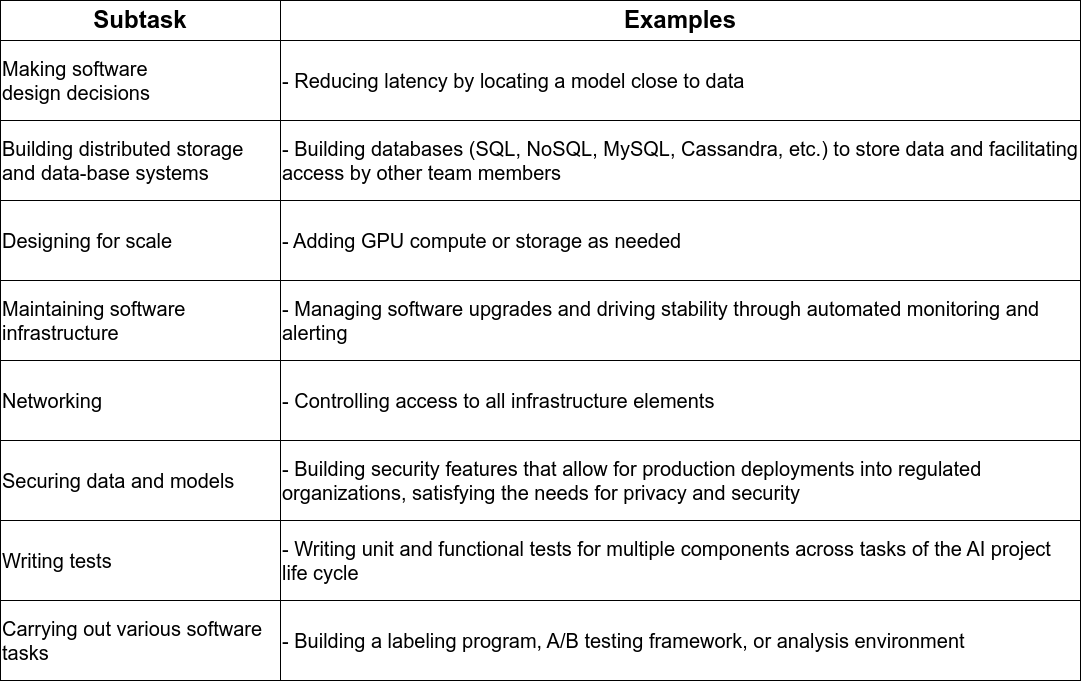
This is diagrams/tasks_ai_infrastructure.drawio.png from ryndovaira-org/data_science_lectures, a draw.io export, as it was before one commit. Source tidied: cells renumbered, new cells last; positions are measured from the earlier drawing's top-left corner, leaving out a move shared by most shapes.
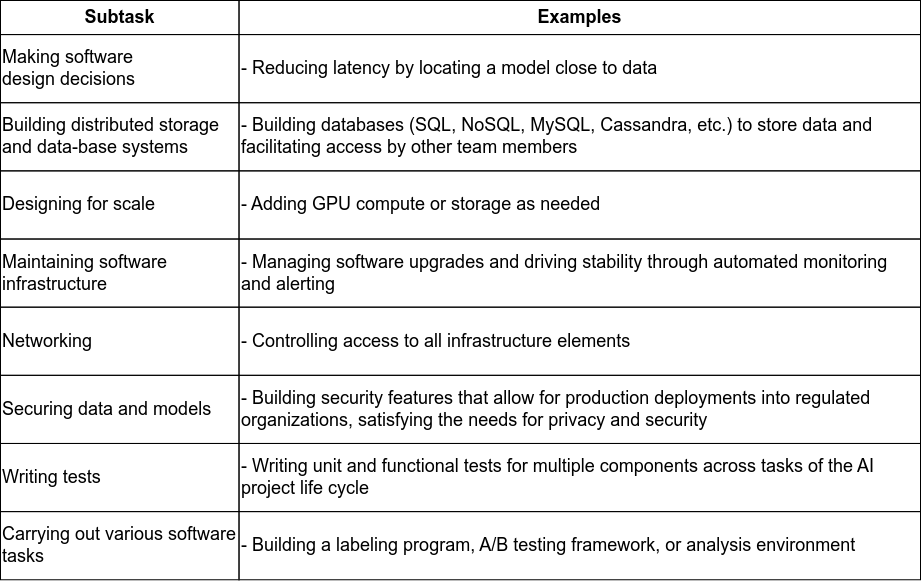
Later version of the same file.

The edit, as a diff of the source:
```diff
@@ -2,59 +2,62 @@
   <root>
     <mxCell id="0" />
     <mxCell id="1" parent="0" />
+    <mxCell id="20" style="group;fontSize=18;" parent="1" vertex="1">
+      <mxGeometry width="920" height="579.3" as="geometry" />
+    </mxCell>
-    <mxCell id="2" value="&lt;font style=&quot;font-size: 24px;&quot;&gt;Subtask&lt;/font&gt;" style="rounded=0;whiteSpace=wrap;html=1;fillColor=none;fontSize=24;fontStyle=1;" parent="1" vertex="1">
-      <mxGeometry width="280" height="40" as="geometry" />
+    <mxCell id="2" value="&lt;font style=&quot;font-size: 18px;&quot;&gt;Subtask&lt;/font&gt;" style="rounded=0;whiteSpace=wrap;html=1;fillColor=none;fontSize=18;fontStyle=1;" parent="20" vertex="1">
+      <mxGeometry width="238.5" height="34.1" as="geometry" />
     </mxCell>
-    <mxCell id="3" value="&lt;font style=&quot;font-size: 24px;&quot;&gt;Examples&lt;/font&gt;" style="rounded=0;whiteSpace=wrap;html=1;fillColor=none;fontSize=24;fontStyle=1;" parent="1" vertex="1">
-      <mxGeometry x="280" width="800" height="40" as="geometry" />
+    <mxCell id="3" value="&lt;font style=&quot;font-size: 18px;&quot;&gt;Examples&lt;/font&gt;" style="rounded=0;whiteSpace=wrap;html=1;fillColor=none;fontSize=18;fontStyle=1;" parent="20" vertex="1">
+      <mxGeometry x="238.5" width="681.5" height="34.1" as="geometry" />
     </mxCell>
-    <mxCell id="4" value="&lt;div style=&quot;font-size: 20px;&quot;&gt;&lt;font style=&quot;font-size: 20px;&quot;&gt;Making software design&amp;nbsp;&lt;span style=&quot;background-color: initial; font-size: 20px;&quot;&gt;decisions&lt;/span&gt;&lt;/font&gt;&lt;/div&gt;" style="rounded=0;whiteSpace=wrap;html=1;align=left;fontSize=20;fillColor=none;" parent="1" vertex="1">
-      <mxGeometry y="40" width="280" height="80" as="geometry" />
+    <mxCell id="4" value="&lt;div style=&quot;font-size: 18px;&quot;&gt;&lt;font style=&quot;font-size: 18px;&quot;&gt;Making software design&amp;nbsp;&lt;span style=&quot;background-color: initial; font-size: 18px;&quot;&gt;decisions&lt;/span&gt;&lt;/font&gt;&lt;/div&gt;" style="rounded=0;whiteSpace=wrap;html=1;align=left;fontSize=18;fillColor=none;" parent="20" vertex="1">
+      <mxGeometry y="34.1" width="238.5" height="68.1" as="geometry" />
     </mxCell>
-    <mxCell id="5" value="&lt;font style=&quot;font-size: 20px;&quot;&gt;- Reducing latency by locating a model close to data&lt;/font&gt;" style="rounded=0;whiteSpace=wrap;html=1;align=left;fontSize=20;fillColor=none;" parent="1" vertex="1">
-      <mxGeometry x="280" y="40" width="800" height="80" as="geometry" />
+    <mxCell id="5" value="&lt;font style=&quot;font-size: 18px;&quot;&gt;- Reducing latency by locating a model close to data&lt;/font&gt;" style="rounded=0;whiteSpace=wrap;html=1;align=left;fontSize=18;fillColor=none;" parent="20" vertex="1">
+      <mxGeometry x="238.5" y="34.1" width="681.5" height="68.1" as="geometry" />
     </mxCell>
-    <mxCell id="6" value="&lt;div style=&quot;font-size: 20px;&quot;&gt;&lt;font style=&quot;font-size: 20px;&quot;&gt;Building&amp;nbsp;&lt;span style=&quot;font-size: 20px;&quot;&gt;distributed storage and data-&lt;/span&gt;&lt;span style=&quot;font-size: 20px;&quot;&gt;base systems&lt;/span&gt;&lt;/font&gt;&lt;/div&gt;" style="rounded=0;html=1;fontSize=20;align=left;labelBackgroundColor=none;fillColor=none;whiteSpace=wrap;" parent="1" vertex="1">
-      <mxGeometry y="120" width="280" height="80" as="geometry" />
+    <mxCell id="6" value="&lt;div style=&quot;font-size: 18px;&quot;&gt;&lt;font style=&quot;font-size: 18px;&quot;&gt;Building&amp;nbsp;&lt;span style=&quot;font-size: 18px;&quot;&gt;distributed storage and data-&lt;/span&gt;&lt;span style=&quot;font-size: 18px;&quot;&gt;base systems&lt;/span&gt;&lt;/font&gt;&lt;/div&gt;" style="rounded=0;html=1;fontSize=18;align=left;labelBackgroundColor=none;fillColor=none;whiteSpace=wrap;" parent="20" vertex="1">
+      <mxGeometry y="102.2" width="238.5" height="68.1" as="geometry" />
     </mxCell>
-    <mxCell id="7" value="-&amp;nbsp;&lt;span style=&quot;background-color: initial;&quot;&gt;Building databases (SQL, NoSQL, MySQL, Cassandra, etc.) to store data&amp;nbsp;&lt;/span&gt;&lt;span style=&quot;background-color: initial;&quot;&gt;and facilitating access by other team members&lt;/span&gt;" style="rounded=0;html=1;fontSize=20;align=left;labelBackgroundColor=none;fillColor=none;whiteSpace=wrap;" parent="1" vertex="1">
-      <mxGeometry x="280" y="120" width="800" height="80" as="geometry" />
+    <mxCell id="7" value="-&amp;nbsp;&lt;span style=&quot;background-color: initial; font-size: 18px;&quot;&gt;Building databases (SQL, NoSQL, MySQL, Cassandra, etc.) to store data&amp;nbsp;&lt;/span&gt;&lt;span style=&quot;background-color: initial; font-size: 18px;&quot;&gt;and facilitating access by other team members&lt;/span&gt;" style="rounded=0;html=1;fontSize=18;align=left;labelBackgroundColor=none;fillColor=none;whiteSpace=wrap;" parent="20" vertex="1">
+      <mxGeometry x="238.5" y="102.2" width="681.5" height="68.1" as="geometry" />
     </mxCell>
-    <mxCell id="8" value="Designing for scale" style="rounded=0;html=1;fontSize=20;align=left;labelBackgroundColor=none;fillColor=none;whiteSpace=wrap;" parent="1" vertex="1">
-      <mxGeometry y="200" width="280" height="80" as="geometry" />
+    <mxCell id="8" value="Designing for scale" style="rounded=0;html=1;fontSize=18;align=left;labelBackgroundColor=none;fillColor=none;whiteSpace=wrap;" parent="20" vertex="1">
+      <mxGeometry y="170.4" width="238.5" height="68.1" as="geometry" />
     </mxCell>
-    <mxCell id="9" value="- Adding GPU compute or storage as needed" style="rounded=0;html=1;fontSize=20;align=left;labelBackgroundColor=none;fillColor=none;whiteSpace=wrap;" parent="1" vertex="1">
-      <mxGeometry x="280" y="200" width="800" height="80" as="geometry" />
+    <mxCell id="9" value="- Adding GPU compute or storage as needed" style="rounded=0;html=1;fontSize=18;align=left;labelBackgroundColor=none;fillColor=none;whiteSpace=wrap;" parent="20" vertex="1">
+      <mxGeometry x="238.5" y="170.4" width="681.5" height="68.1" as="geometry" />
     </mxCell>
-    <mxCell id="10" value="Maintaining software infrastructure" style="rounded=0;html=1;fontSize=20;align=left;labelBackgroundColor=none;fillColor=none;whiteSpace=wrap;" parent="1" vertex="1">
-      <mxGeometry y="280" width="280" height="80" as="geometry" />
+    <mxCell id="10" value="Maintaining software infrastructure" style="rounded=0;html=1;fontSize=18;align=left;labelBackgroundColor=none;fillColor=none;whiteSpace=wrap;" parent="20" vertex="1">
+      <mxGeometry y="238.5" width="238.5" height="68.1" as="geometry" />
     </mxCell>
-    <mxCell id="11" value="-&amp;nbsp;&lt;span style=&quot;background-color: initial;&quot;&gt;Managing software upgrades and driving stability through automated&amp;nbsp;&lt;/span&gt;&lt;span style=&quot;background-color: initial;&quot;&gt;monitoring and alerting&lt;/span&gt;" style="rounded=0;html=1;fontSize=20;align=left;labelBackgroundColor=none;fillColor=none;whiteSpace=wrap;" parent="1" vertex="1">
-      <mxGeometry x="280" y="280" width="800" height="80" as="geometry" />
+    <mxCell id="11" value="-&amp;nbsp;&lt;span style=&quot;background-color: initial; font-size: 18px;&quot;&gt;Managing software upgrades and driving stability through automated&amp;nbsp;&lt;/span&gt;&lt;span style=&quot;background-color: initial; font-size: 18px;&quot;&gt;monitoring and alerting&lt;/span&gt;" style="rounded=0;html=1;fontSize=18;align=left;labelBackgroundColor=none;fillColor=none;whiteSpace=wrap;" parent="20" vertex="1">
+      <mxGeometry x="238.5" y="238.5" width="681.5" height="68.1" as="geometry" />
     </mxCell>
-    <mxCell id="12" value="Networking" style="rounded=0;html=1;fontSize=20;align=left;labelBackgroundColor=none;fillColor=none;whiteSpace=wrap;" parent="1" vertex="1">
-      <mxGeometry y="360" width="280" height="80" as="geometry" />
+    <mxCell id="12" value="Networking" style="rounded=0;html=1;fontSize=18;align=left;labelBackgroundColor=none;fillColor=none;whiteSpace=wrap;" parent="20" vertex="1">
+      <mxGeometry y="306.7" width="238.5" height="68.1" as="geometry" />
     </mxCell>
-    <mxCell id="13" value="- Controlling access to all infrastructure elements" style="rounded=0;html=1;fontSize=20;align=left;labelBackgroundColor=none;fillColor=none;whiteSpace=wrap;" parent="1" vertex="1">
-      <mxGeometry x="280" y="360" width="800" height="80" as="geometry" />
+    <mxCell id="13" value="- Controlling access to all infrastructure elements" style="rounded=0;html=1;fontSize=18;align=left;labelBackgroundColor=none;fillColor=none;whiteSpace=wrap;" parent="20" vertex="1">
+      <mxGeometry x="238.5" y="306.7" width="681.5" height="68.1" as="geometry" />
     </mxCell>
-    <mxCell id="14" value="Securing data and models" style="rounded=0;html=1;fontSize=20;align=left;labelBackgroundColor=none;fillColor=none;whiteSpace=wrap;" parent="1" vertex="1">
-      <mxGeometry y="440" width="280" height="80" as="geometry" />
+    <mxCell id="14" value="Securing data and models" style="rounded=0;html=1;fontSize=18;align=left;labelBackgroundColor=none;fillColor=none;whiteSpace=wrap;" parent="20" vertex="1">
+      <mxGeometry y="374.8" width="238.5" height="68.1" as="geometry" />
     </mxCell>
-    <mxCell id="15" value="-&amp;nbsp;&lt;span style=&quot;background-color: initial;&quot;&gt;Building security features that allow for production deployments into&amp;nbsp;&lt;/span&gt;&lt;span style=&quot;background-color: initial;&quot;&gt;regulated organizations, satisfying the needs for privacy and security&lt;/span&gt;" style="rounded=0;html=1;fontSize=20;align=left;labelBackgroundColor=none;fillColor=none;whiteSpace=wrap;" parent="1" vertex="1">
-      <mxGeometry x="280" y="440" width="800" height="80" as="geometry" />
+    <mxCell id="15" value="-&amp;nbsp;&lt;span style=&quot;background-color: initial; font-size: 18px;&quot;&gt;Building security features that allow for production deployments into&amp;nbsp;&lt;/span&gt;&lt;span style=&quot;background-color: initial; font-size: 18px;&quot;&gt;regulated organizations, satisfying the needs for privacy and security&lt;/span&gt;" style="rounded=0;html=1;fontSize=18;align=left;labelBackgroundColor=none;fillColor=none;whiteSpace=wrap;" parent="20" vertex="1">
+      <mxGeometry x="238.5" y="374.8" width="681.5" height="68.1" as="geometry" />
     </mxCell>
-    <mxCell id="16" value="Writing tests" style="rounded=0;html=1;fontSize=20;align=left;labelBackgroundColor=none;fillColor=none;whiteSpace=wrap;" parent="1" vertex="1">
-      <mxGeometry y="520" width="280" height="80" as="geometry" />
+    <mxCell id="16" value="Writing tests" style="rounded=0;html=1;fontSize=18;align=left;labelBackgroundColor=none;fillColor=none;whiteSpace=wrap;" parent="20" vertex="1">
+      <mxGeometry y="443" width="238.5" height="68.1" as="geometry" />
     </mxCell>
-    <mxCell id="17" value="-&amp;nbsp;&lt;span style=&quot;background-color: initial;&quot;&gt;Writing unit and functional tests for multiple components across tasks&amp;nbsp;&lt;/span&gt;&lt;span style=&quot;background-color: initial;&quot;&gt;of the AI project life cycle&lt;/span&gt;" style="rounded=0;html=1;fontSize=20;align=left;labelBackgroundColor=none;fillColor=none;whiteSpace=wrap;" parent="1" vertex="1">
-      <mxGeometry x="280" y="520" width="800" height="80" as="geometry" />
+    <mxCell id="17" value="-&amp;nbsp;&lt;span style=&quot;background-color: initial; font-size: 18px;&quot;&gt;Writing unit and functional tests for multiple components across tasks&amp;nbsp;&lt;/span&gt;&lt;span style=&quot;background-color: initial; font-size: 18px;&quot;&gt;of the AI project life cycle&lt;/span&gt;" style="rounded=0;html=1;fontSize=18;align=left;labelBackgroundColor=none;fillColor=none;whiteSpace=wrap;" parent="20" vertex="1">
+      <mxGeometry x="238.5" y="443" width="681.5" height="68.1" as="geometry" />
     </mxCell>
-    <mxCell id="18" value="&lt;div&gt;Carrying out&amp;nbsp;&lt;span style=&quot;background-color: initial;&quot;&gt;various software tasks&lt;/span&gt;&lt;/div&gt;" style="rounded=0;html=1;fontSize=20;align=left;labelBackgroundColor=none;fillColor=none;whiteSpace=wrap;" parent="1" vertex="1">
-      <mxGeometry y="600" width="280" height="80" as="geometry" />
+    <mxCell id="18" value="&lt;div style=&quot;font-size: 18px;&quot;&gt;Carrying out&amp;nbsp;&lt;span style=&quot;background-color: initial; font-size: 18px;&quot;&gt;various software tasks&lt;/span&gt;&lt;/div&gt;" style="rounded=0;html=1;fontSize=18;align=left;labelBackgroundColor=none;fillColor=none;whiteSpace=wrap;" parent="20" vertex="1">
+      <mxGeometry y="511.1" width="238.5" height="68.1" as="geometry" />
     </mxCell>
-    <mxCell id="19" value="-&amp;nbsp;&lt;span style=&quot;background-color: initial;&quot;&gt;Building a labeling program, A/B testing framework, or analysis&amp;nbsp;&lt;/span&gt;&lt;span style=&quot;background-color: initial;&quot;&gt;environment&lt;/span&gt;" style="rounded=0;html=1;fontSize=20;align=left;labelBackgroundColor=none;fillColor=none;whiteSpace=wrap;" parent="1" vertex="1">
-      <mxGeometry x="280" y="600" width="800" height="80" as="geometry" />
+    <mxCell id="19" value="-&amp;nbsp;&lt;span style=&quot;background-color: initial; font-size: 18px;&quot;&gt;Building a labeling program, A/B testing framework, or analysis&amp;nbsp;&lt;/span&gt;&lt;span style=&quot;background-color: initial; font-size: 18px;&quot;&gt;environment&lt;/span&gt;" style="rounded=0;html=1;fontSize=18;align=left;labelBackgroundColor=none;fillColor=none;whiteSpace=wrap;" parent="20" vertex="1">
+      <mxGeometry x="238.5" y="511.1" width="681.5" height="68.1" as="geometry" />
     </mxCell>
   </root>
 </mxGraphModel>
```
